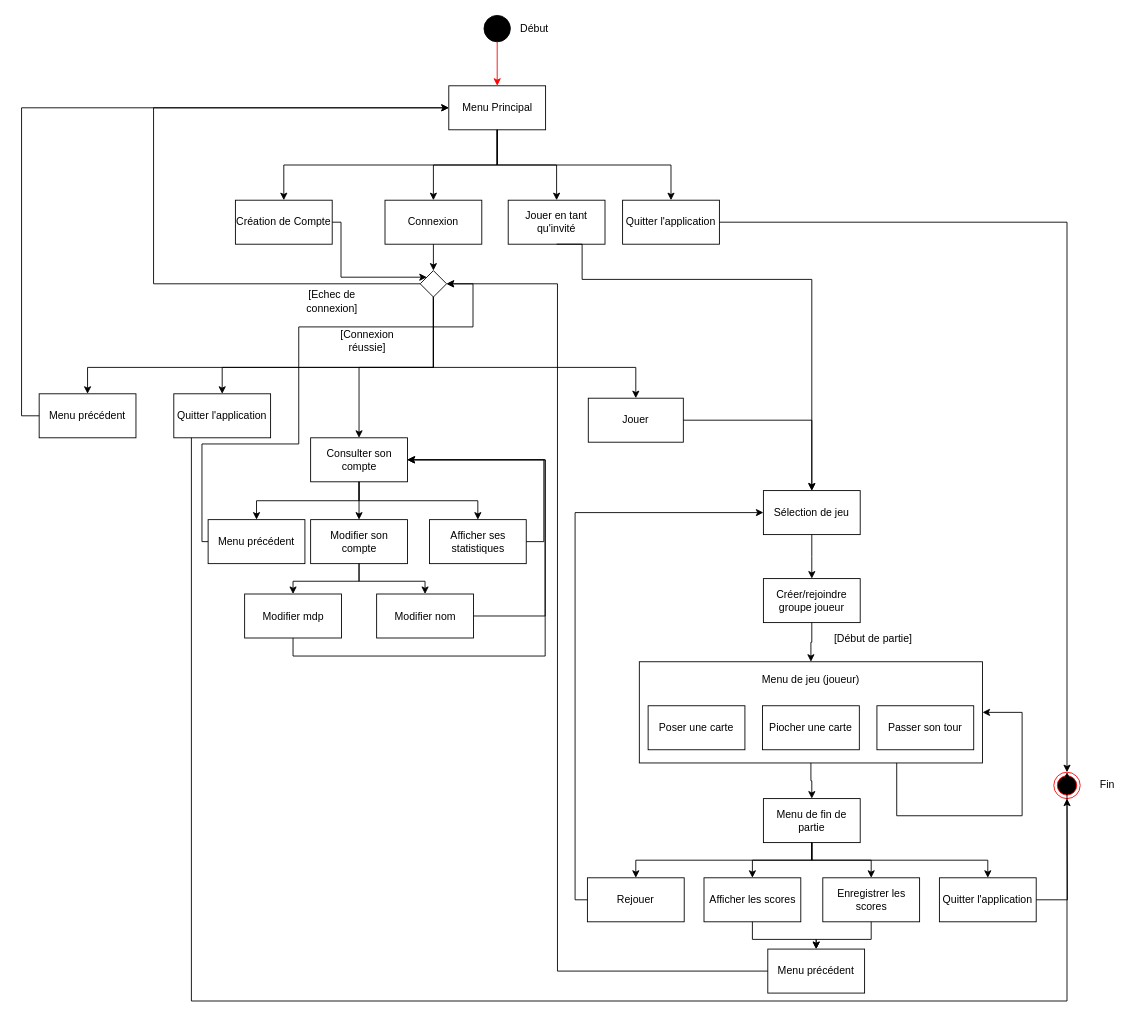
This is Diagrams/Activity Diagram.drawio from MailineN/ProjetInfo2A, a draw.io file, before an edit. Source tidied: cells renumbered, new cells numbered last; positions are measured from the earlier drawing's top-left corner, leaving out a move shared by most shapes. Both pictures are drawn from the tidied source at 88%, with x=0, y=0 at pixel (39, 15).
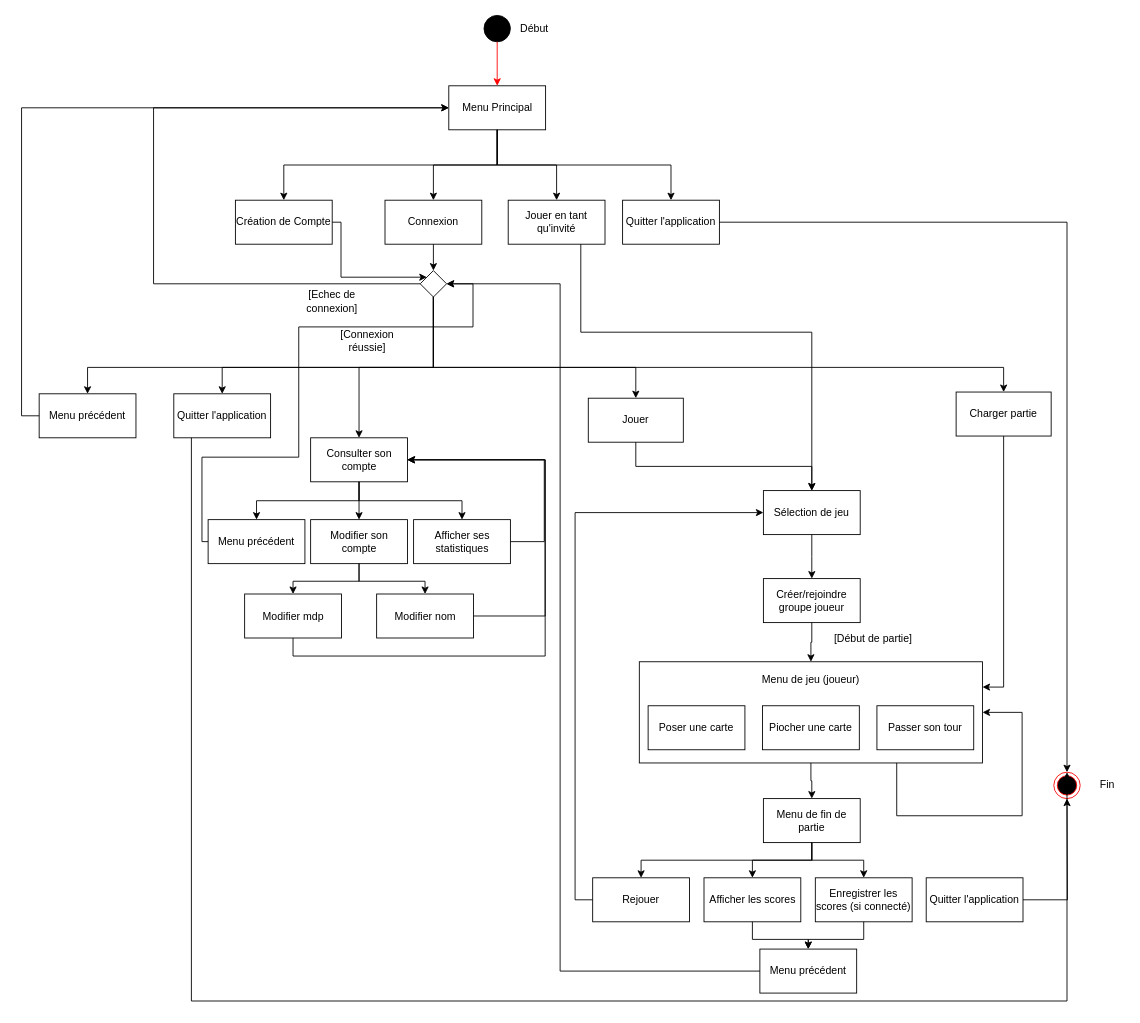
The same diagram, later.

The change refers to these unchanged cells:
```xml
<mxCell id="15" value="Jouer en tant qu'invité" style="rounded=0;whiteSpace=wrap;html=1;fillColor=none;" parent="1" vertex="1">
  <mxGeometry x="533" y="210" width="110" height="50" as="geometry" />
</mxCell>
<mxCell id="17" value="Sélection de jeu" style="rounded=0;whiteSpace=wrap;html=1;fillColor=none;" parent="1" vertex="1">
  <mxGeometry x="823" y="540" width="110" height="50" as="geometry" />
</mxCell>
<mxCell id="25" style="rounded=0;whiteSpace=wrap;html=1;fillColor=none;" parent="1" vertex="1">
  <mxGeometry x="682" y="734.5" width="390" height="115" as="geometry" />
</mxCell>
<mxCell id="34" value="Menu de fin de partie" style="rounded=0;whiteSpace=wrap;html=1;fillColor=none;" parent="1" vertex="1">
  <mxGeometry x="823" y="890" width="110" height="50" as="geometry" />
</mxCell>
<mxCell id="49" style="rhombus;whiteSpace=wrap;html=1;" parent="1" vertex="1">
  <mxGeometry x="433" y="290" width="30" height="30" as="geometry" />
</mxCell>
<mxCell id="51" value="Jouer" style="rounded=0;whiteSpace=wrap;html=1;fillColor=none;" parent="1" vertex="1">
  <mxGeometry x="624" y="435" width="108" height="50" as="geometry" />
</mxCell>
<mxCell id="55" value="Consulter son compte" style="rounded=0;whiteSpace=wrap;html=1;fillColor=none;" parent="1" vertex="1">
  <mxGeometry x="308.5" y="480" width="110" height="50" as="geometry" />
</mxCell>
<mxCell id="70" value="Menu précédent" style="rounded=0;whiteSpace=wrap;html=1;fillColor=none;" parent="1" vertex="1">
  <mxGeometry x="192" y="573" width="110" height="50" as="geometry" />
</mxCell>
```

Change to the diagram source:
```diff
@@
-    <mxCell id="14" style="edgeStyle=orthogonalEdgeStyle;rounded=0;jettySize=auto;html=1;exitX=0.5;exitY=1;exitDx=0;exitDy=0;" parent="1" edge="1" source="15" target="17">
+    <mxCell id="14" style="edgeStyle=orthogonalEdgeStyle;rounded=0;jettySize=auto;html=1;exitX=0.75;exitY=1;exitDx=0;exitDy=0;entryX=0.5;entryY=0;entryDx=0;entryDy=0;" parent="1" edge="1" source="15" target="17">
       <mxGeometry relative="1" as="geometry">
         <Array as="points">
-          <mxPoint x="617" y="260" />
-          <mxPoint x="617" y="300" />
-          <mxPoint x="878" y="300" />
+          <mxPoint x="616" y="360" />
+          <mxPoint x="878" y="360" />
         </Array>
       </mxGeometry>
     </mxCell>
@@
-    <mxCell id="33" style="edgeStyle=orthogonalEdgeStyle;rounded=0;jettySize=auto;html=1;exitX=0.5;exitY=1;exitDx=0;exitDy=0;entryX=0.5;entryY=0;entryDx=0;entryDy=0;strokeColor=#000000;" parent="1" edge="1" source="34" target="42">
-      <mxGeometry relative="1" as="geometry" />
-    </mxCell>
@@
-    <mxCell id="38" value="Enregistrer les scores" style="rounded=0;whiteSpace=wrap;html=1;fillColor=none;" parent="1" vertex="1">
-      <mxGeometry x="890.5" y="980" width="110" height="50" as="geometry" />
+    <mxCell id="38" value="Enregistrer les scores (si connecté)" style="rounded=0;whiteSpace=wrap;html=1;fillColor=none;" parent="1" vertex="1">
+      <mxGeometry x="882" y="980" width="110" height="50" as="geometry" />
     </mxCell>
@@
     <mxCell id="40" value="Rejouer" style="rounded=0;whiteSpace=wrap;html=1;fillColor=none;" parent="1" vertex="1">
-      <mxGeometry x="623" y="980" width="110" height="50" as="geometry" />
+      <mxGeometry x="629" y="980" width="110" height="50" as="geometry" />
     </mxCell>
@@
     <mxCell id="42" value="Quitter l'application" style="rounded=0;whiteSpace=wrap;html=1;fillColor=none;" parent="1" vertex="1">
-      <mxGeometry x="1023" y="980" width="110" height="50" as="geometry" />
+      <mxGeometry x="1008" y="980" width="110" height="50" as="geometry" />
     </mxCell>
@@
+    <mxCell id="76" style="edgeStyle=orthogonalEdgeStyle;rounded=0;jettySize=auto;html=1;exitX=0.5;exitY=1;exitDx=0;exitDy=0;" parent="1" edge="1" source="49" target="78">
+      <mxGeometry relative="1" as="geometry">
+        <Array as="points">
+          <mxPoint x="448" y="400" />
+          <mxPoint x="1096" y="400" />
+        </Array>
+      </mxGeometry>
+    </mxCell>
@@
-    <mxCell id="50" style="edgeStyle=orthogonalEdgeStyle;rounded=0;jettySize=auto;html=1;exitX=1;exitY=0.5;exitDx=0;exitDy=0;entryX=0.5;entryY=0;entryDx=0;entryDy=0;" parent="1" edge="1" source="51" target="17">
+    <mxCell id="50" style="edgeStyle=orthogonalEdgeStyle;rounded=0;jettySize=auto;html=1;exitX=0.5;exitY=1;exitDx=0;exitDy=0;entryX=0.5;entryY=0;entryDx=0;entryDy=0;" parent="1" edge="1" source="51" target="17">
       <mxGeometry relative="1" as="geometry" />
     </mxCell>
@@
     <mxCell id="59" style="edgeStyle=orthogonalEdgeStyle;rounded=0;jettySize=auto;html=1;exitX=1;exitY=0.5;exitDx=0;exitDy=0;entryX=1;entryY=0.5;entryDx=0;entryDy=0;" parent="1" edge="1" source="60" target="55">
-      <mxGeometry relative="1" as="geometry" />
+      <mxGeometry relative="1" as="geometry">
+        <Array as="points">
+          <mxPoint x="574" y="598" />
+          <mxPoint x="574" y="505" />
+        </Array>
+      </mxGeometry>
     </mxCell>
     <mxCell id="60" value="Afficher ses statistiques" style="rounded=0;whiteSpace=wrap;html=1;fillColor=none;" parent="1" vertex="1">
-      <mxGeometry x="443.5" y="573" width="110" height="50" as="geometry" />
+      <mxGeometry x="425.5" y="573" width="110" height="50" as="geometry" />
     </mxCell>
@@
     <mxCell id="69" style="edgeStyle=orthogonalEdgeStyle;rounded=0;jettySize=auto;html=1;exitX=0;exitY=0.5;exitDx=0;exitDy=0;entryX=1;entryY=0.5;entryDx=0;entryDy=0;" parent="1" edge="1" source="70" target="49">
       <mxGeometry relative="1" as="geometry">
         <Array as="points">
           <mxPoint x="185" y="598" />
-          <mxPoint x="185" y="487" />
-          <mxPoint x="295" y="487" />
+          <mxPoint x="185" y="502" />
+          <mxPoint x="295" y="502" />
           <mxPoint x="295" y="354" />
           <mxPoint x="493" y="354" />
           <mxPoint x="493" y="305" />
         </Array>
       </mxGeometry>
     </mxCell>
@@
     <mxCell id="72" style="edgeStyle=orthogonalEdgeStyle;rounded=0;jettySize=auto;html=1;exitX=0;exitY=0.5;exitDx=0;exitDy=0;entryX=1;entryY=0.5;entryDx=0;entryDy=0;" parent="1" edge="1" source="73" target="49">
       <mxGeometry relative="1" as="geometry">
         <Array as="points">
-          <mxPoint x="589" y="1086" />
-          <mxPoint x="589" y="305" />
+          <mxPoint x="592" y="1086" />
+          <mxPoint x="592" y="305" />
         </Array>
       </mxGeometry>
     </mxCell>
     <mxCell id="73" value="Menu précédent" style="rounded=0;whiteSpace=wrap;html=1;fillColor=none;" parent="1" vertex="1">
-      <mxGeometry x="828" y="1061" width="110" height="50" as="geometry" />
+      <mxGeometry x="819" y="1061" width="110" height="50" as="geometry" />
     </mxCell>
@@
+    <mxCell id="77" style="edgeStyle=orthogonalEdgeStyle;rounded=0;jettySize=auto;html=1;exitX=0.5;exitY=1;exitDx=0;exitDy=0;entryX=1;entryY=0.25;entryDx=0;entryDy=0;" parent="1" edge="1" source="78" target="25">
+      <mxGeometry relative="1" as="geometry" />
+    </mxCell>
+    <mxCell id="78" value="Charger partie" style="rounded=0;whiteSpace=wrap;html=1;fillColor=none;" parent="1" vertex="1">
+      <mxGeometry x="1042" y="428" width="108" height="50" as="geometry" />
+    </mxCell>
```
